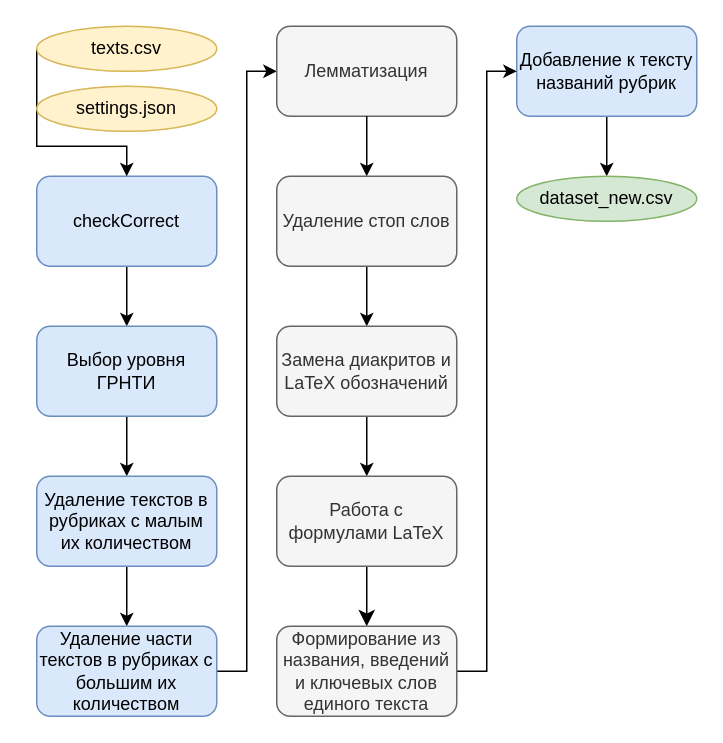
vvzunin/GRNTIClass keeps this draw.io diagram as page "Копия Предобработка" (3 of 6) of architecture.drawio. Above is the earlier version. Source tidied: cells renumbered, new cells numbered last; positions are measured from the earlier drawing's top-left corner, leaving out a move shared by most shapes. Both pictures are drawn from the tidied source at 150%, with x=0, y=0 at pixel (36, 26).
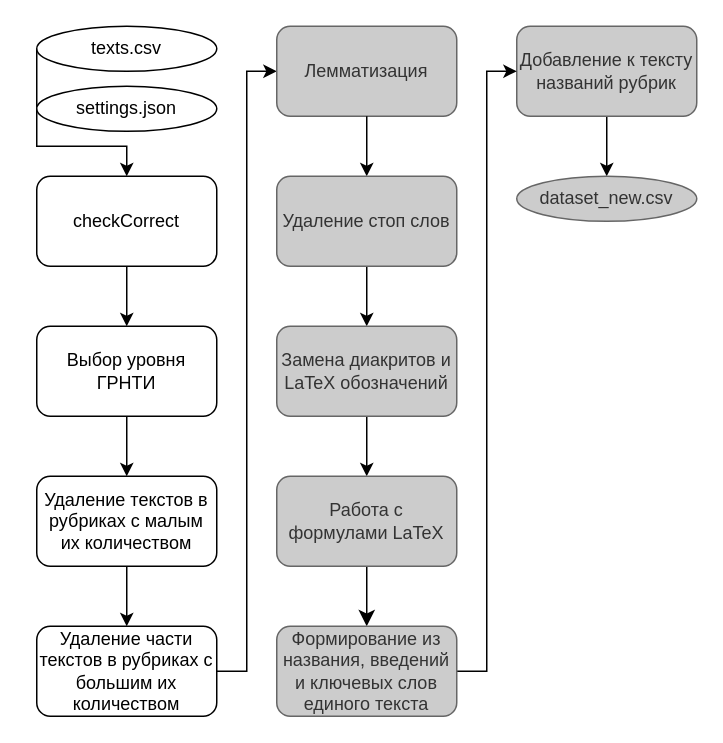
The same page after the edit.

Change to the diagram source:
```diff
@@
-    <mxCell id="3" value="checkCorrect" style="rounded=1;whiteSpace=wrap;html=1;fillColor=#dae8fc;strokeColor=#6c8ebf;" parent="1" vertex="1">
+    <mxCell id="3" value="checkCorrect" style="rounded=1;whiteSpace=wrap;html=1;" parent="1" vertex="1">
       <mxGeometry y="100" width="120" height="60" as="geometry" />
     </mxCell>
@@
-    <mxCell id="5" value="texts.csv" style="ellipse;whiteSpace=wrap;html=1;fillColor=#fff2cc;strokeColor=#d6b656;" parent="1" vertex="1">
+    <mxCell id="5" value="texts.csv" style="ellipse;whiteSpace=wrap;html=1;" parent="1" vertex="1">
       <mxGeometry width="120" height="30" as="geometry" />
     </mxCell>
@@
-    <mxCell id="7" value="Выбор уровня ГРНТИ" style="rounded=1;whiteSpace=wrap;html=1;fillColor=#dae8fc;strokeColor=#6c8ebf;" parent="1" vertex="1">
+    <mxCell id="7" value="Выбор уровня ГРНТИ" style="rounded=1;whiteSpace=wrap;html=1;" parent="1" vertex="1">
       <mxGeometry y="200" width="120" height="60" as="geometry" />
     </mxCell>
@@
-    <mxCell id="9" value="Удаление текстов в рубриках с малым их количеством" style="rounded=1;whiteSpace=wrap;html=1;fillColor=#dae8fc;strokeColor=#6c8ebf;" parent="1" vertex="1">
+    <mxCell id="9" value="Удаление текстов в рубриках с малым их количеством" style="rounded=1;whiteSpace=wrap;html=1;" parent="1" vertex="1">
       <mxGeometry y="300" width="120" height="60" as="geometry" />
     </mxCell>
@@
-    <mxCell id="11" value="Удаление части текстов в рубриках с большим их количеством" style="rounded=1;whiteSpace=wrap;html=1;fillColor=#dae8fc;strokeColor=#6c8ebf;" parent="1" vertex="1">
+    <mxCell id="11" value="Удаление части текстов в рубриках с большим их количеством" style="rounded=1;whiteSpace=wrap;html=1;" parent="1" vertex="1">
       <mxGeometry y="400" width="120" height="60" as="geometry" />
     </mxCell>
-    <mxCell id="12" value="Лемматизация" style="rounded=1;whiteSpace=wrap;html=1;fillColor=#f5f5f5;fontColor=#333333;strokeColor=#666666;" parent="1" vertex="1">
+    <mxCell id="12" value="Лемматизация" style="rounded=1;whiteSpace=wrap;html=1;fillColor=#CCCCCC;fontColor=#333333;strokeColor=#666666;" parent="1" vertex="1">
       <mxGeometry x="160" width="120" height="60" as="geometry" />
     </mxCell>
@@
-    <mxCell id="15" value="Удаление стоп слов" style="rounded=1;whiteSpace=wrap;html=1;fillColor=#f5f5f5;fontColor=#333333;strokeColor=#666666;" parent="1" vertex="1">
+    <mxCell id="15" value="Удаление стоп слов" style="rounded=1;whiteSpace=wrap;html=1;fillColor=#CCCCCC;fontColor=#333333;strokeColor=#666666;" parent="1" vertex="1">
       <mxGeometry x="160" y="100" width="120" height="60" as="geometry" />
     </mxCell>
@@
-    <mxCell id="17" value="Добавление к тексту названий рубрик" style="rounded=1;whiteSpace=wrap;html=1;fillColor=#dae8fc;strokeColor=#6c8ebf;" parent="1" vertex="1">
+    <mxCell id="17" value="Добавление к тексту названий рубрик" style="rounded=1;whiteSpace=wrap;html=1;fillColor=#CCCCCC;fontColor=#333333;strokeColor=#666666;" parent="1" vertex="1">
       <mxGeometry x="320" width="120" height="60" as="geometry" />
     </mxCell>
-    <mxCell id="18" value="dataset_new.csv" style="ellipse;whiteSpace=wrap;html=1;fillColor=#d5e8d4;strokeColor=#82b366;" parent="1" vertex="1">
+    <mxCell id="18" value="dataset_new.csv" style="ellipse;whiteSpace=wrap;html=1;fillColor=#CCCCCC;strokeColor=#666666;fontColor=#333333;" parent="1" vertex="1">
       <mxGeometry x="320" y="100" width="120" height="30" as="geometry" />
     </mxCell>
-    <mxCell id="19" value="settings.json" style="ellipse;whiteSpace=wrap;html=1;fillColor=#fff2cc;strokeColor=#d6b656;" parent="1" vertex="1">
+    <mxCell id="19" value="settings.json" style="ellipse;whiteSpace=wrap;html=1;" parent="1" vertex="1">
       <mxGeometry y="40" width="120" height="30" as="geometry" />
     </mxCell>
@@
-    <mxCell id="21" value="Замена диакритов и LaTeX обозначений" style="rounded=1;whiteSpace=wrap;html=1;fillColor=#f5f5f5;fontColor=#333333;strokeColor=#666666;" parent="1" vertex="1">
+    <mxCell id="21" value="Замена диакритов и LaTeX обозначений" style="rounded=1;whiteSpace=wrap;html=1;fillColor=#CCCCCC;fontColor=#333333;strokeColor=#666666;" parent="1" vertex="1">
       <mxGeometry x="160" y="200" width="120" height="60" as="geometry" />
     </mxCell>
@@
-    <mxCell id="24" value="Работа с формулами LaTeX" style="rounded=1;whiteSpace=wrap;html=1;fillColor=#f5f5f5;fontColor=#333333;strokeColor=#666666;" parent="1" vertex="1">
+    <mxCell id="24" value="Работа с формулами LaTeX" style="rounded=1;whiteSpace=wrap;html=1;fillColor=#CCCCCC;fontColor=#333333;strokeColor=#666666;" parent="1" vertex="1">
       <mxGeometry x="160" y="300" width="120" height="60" as="geometry" />
     </mxCell>
-    <mxCell id="25" value="Формирование из названия, введений и ключевых слов единого текста" style="rounded=1;whiteSpace=wrap;html=1;fillColor=#f5f5f5;fontColor=#333333;strokeColor=#666666;" parent="1" vertex="1">
+    <mxCell id="25" value="Формирование из названия, введений и ключевых слов единого текста" style="rounded=1;whiteSpace=wrap;html=1;fillColor=#CCCCCC;fontColor=#333333;strokeColor=#666666;" parent="1" vertex="1">
       <mxGeometry x="160" y="400" width="120" height="60" as="geometry" />
     </mxCell>
```
